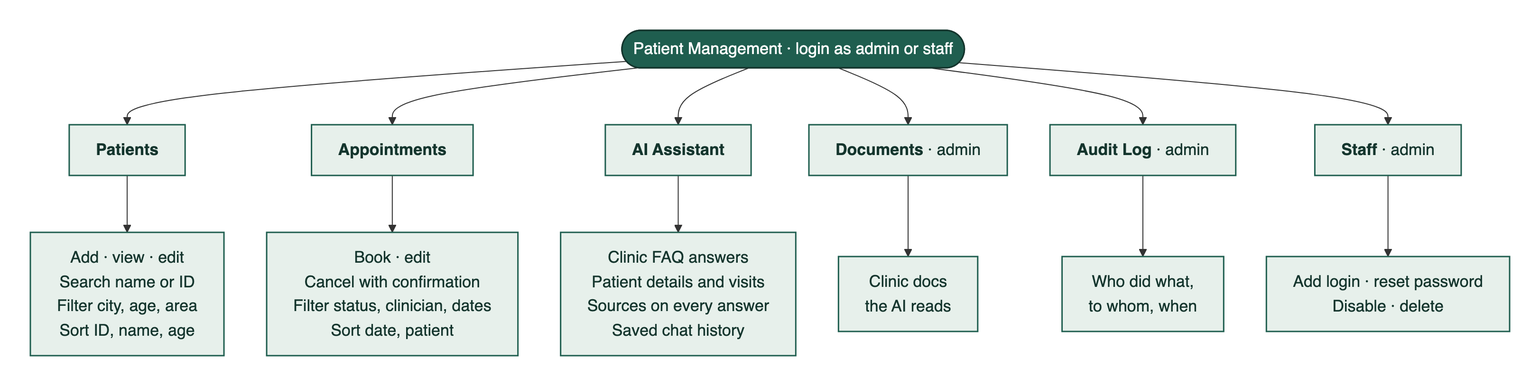
The Mermaid diagram architecture/images/features.png in Jag2007/Patient_Management, before a commit. Its source is kept beside it as architecture/diagrams/features.mmd.
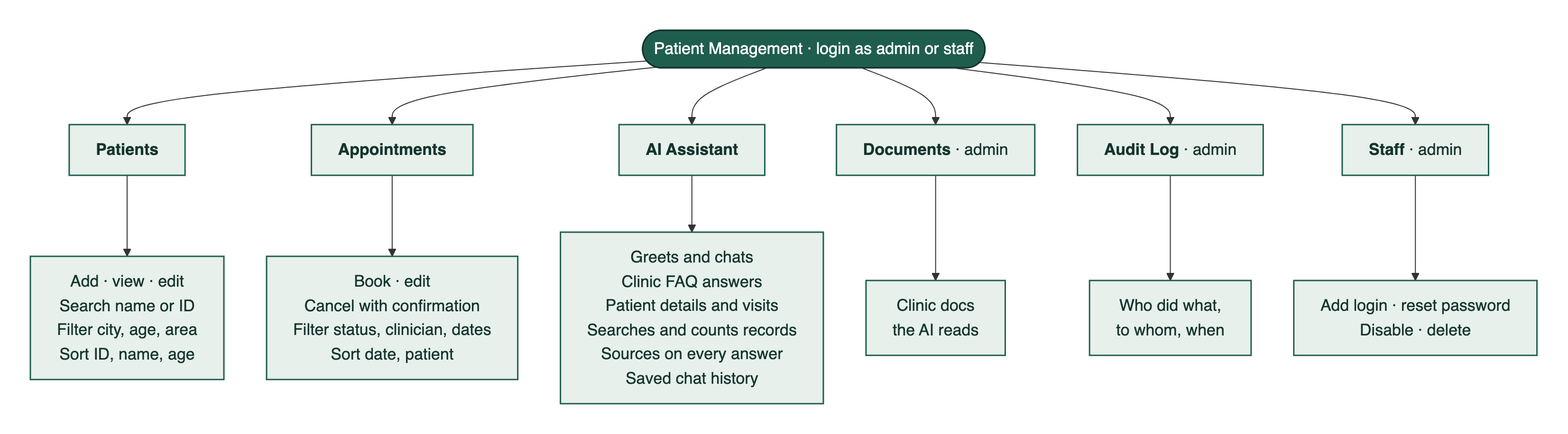
After the commit.

Diff of the diagram source:
```diff
@@ -3,7 +3,7 @@
     Site(["Patient Management · login as admin or staff"])
     Site --> P["<b>Patients</b>"] --> P1["Add · view · edit<br/>Search name or ID<br/>Filter city, age, area<br/>Sort ID, name, age"]
     Site --> A["<b>Appointments</b>"] --> A1["Book · edit<br/>Cancel with confirmation<br/>Filter status, clinician, dates<br/>Sort date, patient"]
-    Site --> AI["<b>AI Assistant</b>"] --> AI1["Clinic FAQ answers<br/>Patient details and visits<br/>Sources on every answer<br/>Saved chat history"]
+    Site --> AI["<b>AI Assistant</b>"] --> AI1["Greets and chats<br/>Clinic FAQ answers<br/>Patient details and visits<br/>Searches and counts records<br/>Sources on every answer<br/>Saved chat history"]
     Site --> D["<b>Documents</b> · admin"] --> D1["Clinic docs<br/>the AI reads"]
     Site --> L["<b>Audit Log</b> · admin"] --> L1["Who did what,<br/>to whom, when"]
     Site --> S["<b>Staff</b> · admin"] --> S1["Add login · reset password<br/>Disable · delete"]
```
